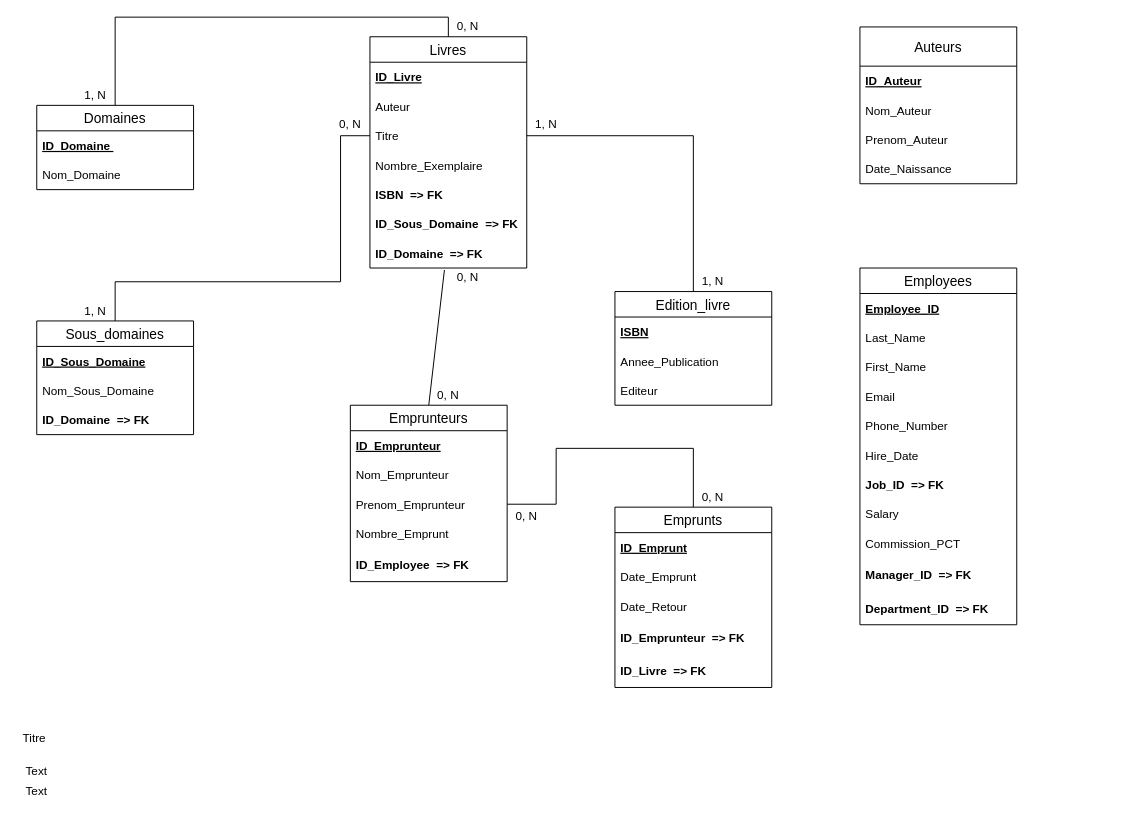
Above: MCD.drawio in Jerome-Kraft/Projet_BDD (draw.io), before the change. Source tidied: cells renumbered, new cells numbered last; positions are measured from the earlier drawing's top-left corner, leaving out a move shared by most shapes. Both pictures are drawn from the tidied source at 98%, with x=0, y=0 at pixel (17, 17).
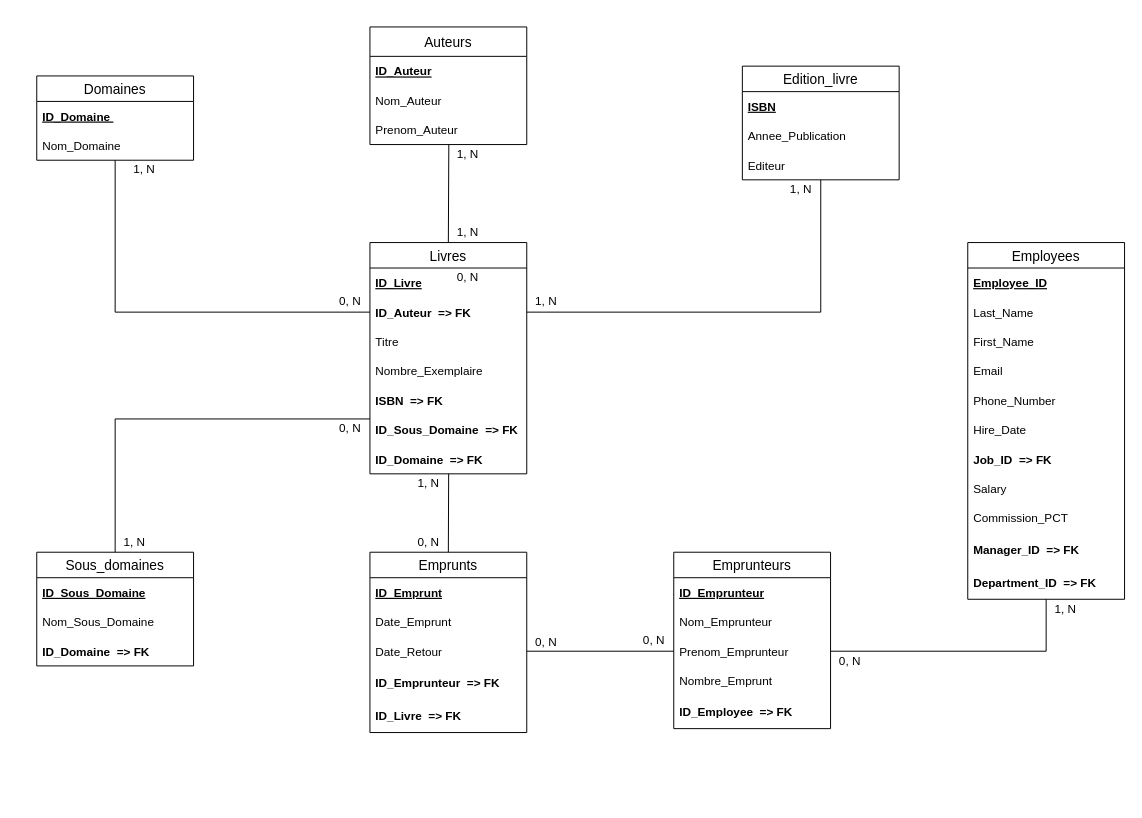
The same diagram, later.

Unchanged cells that the change refers to:
```xml
<mxCell id="5" value="Titre" style="text;strokeColor=none;fillColor=none;spacingLeft=4;spacingRight=4;overflow=hidden;points=[[0,0.5],[1,0.5]];portConstraint=eastwest;fontSize=12;verticalAlign=middle;" parent="2" vertex="1">
  <mxGeometry y="86" width="160" height="30" as="geometry" />
</mxCell>
<mxCell id="8" value="ID_Sous_Domaine  =&gt; FK" style="text;strokeColor=none;fillColor=none;spacingLeft=4;spacingRight=4;overflow=hidden;points=[[0,0.5],[1,0.5]];portConstraint=eastwest;fontSize=12;fontStyle=1;verticalAlign=middle;" parent="2" vertex="1">
  <mxGeometry y="176" width="160" height="30" as="geometry" />
</mxCell>
<mxCell id="9" value="ID_Domaine  =&gt; FK" style="text;strokeColor=none;fillColor=none;spacingLeft=4;spacingRight=4;overflow=hidden;points=[[0,0.5],[1,0.5]];portConstraint=eastwest;fontSize=12;verticalAlign=middle;fontStyle=1;" parent="2" vertex="1">
  <mxGeometry y="206" width="160" height="30" as="geometry" />
</mxCell>
<mxCell id="41" value="Prenom_Emprunteur" style="text;strokeColor=none;fillColor=none;spacingLeft=4;spacingRight=4;overflow=hidden;points=[[0,0.5],[1,0.5]];portConstraint=eastwest;fontSize=12;verticalAlign=middle;" parent="38" vertex="1">
  <mxGeometry y="86" width="160" height="30" as="geometry" />
</mxCell>
<mxCell id="47" value="Date_Retour" style="text;strokeColor=none;fillColor=none;spacingLeft=4;spacingRight=4;overflow=hidden;points=[[0,0.5],[1,0.5]];portConstraint=eastwest;fontSize=12;verticalAlign=middle;" parent="44" vertex="1">
  <mxGeometry y="86" width="160" height="30" as="geometry" />
</mxCell>
```

Change to the diagram source:
```diff
@@
     <mxCell id="2" value="Livres" style="swimlane;fontStyle=0;horizontal=1;startSize=26;align=center;fontSize=14;" parent="1" vertex="1">
-      <mxGeometry x="360" y="20" width="160" height="236" as="geometry" />
+      <mxGeometry x="360" y="230" width="160" height="236" as="geometry" />
     </mxCell>
@@
-    <mxCell id="4" value="Auteur" style="text;strokeColor=none;fillColor=none;spacingLeft=4;spacingRight=4;overflow=hidden;points=[[0,0.5],[1,0.5]];portConstraint=eastwest;fontSize=12;verticalAlign=middle;" parent="2" vertex="1">
+    <mxCell id="4" value="ID_Auteur  =&gt; FK" style="text;strokeColor=none;fillColor=none;spacingLeft=4;spacingRight=4;overflow=hidden;points=[[0,0.5],[1,0.5]];portConstraint=eastwest;fontSize=12;verticalAlign=middle;fontStyle=1;" parent="2" vertex="1">
       <mxGeometry y="56" width="160" height="30" as="geometry" />
     </mxCell>
@@
     <mxCell id="10" value="Domaines" style="swimlane;fontStyle=0;horizontal=1;startSize=26;align=center;fontSize=14;" parent="1" vertex="1">
-      <mxGeometry x="20" y="90" width="160" height="86" as="geometry" />
+      <mxGeometry x="20" y="60" width="160" height="86" as="geometry" />
     </mxCell>
@@
     <mxCell id="13" value="Edition_livre" style="swimlane;fontStyle=0;horizontal=1;startSize=26;align=center;fontSize=14;" parent="1" vertex="1">
-      <mxGeometry x="610" y="280" width="160" height="116" as="geometry" />
+      <mxGeometry x="740" y="50" width="160" height="116" as="geometry" />
     </mxCell>
@@
     <mxCell id="17" value="Sous_domaines" style="swimlane;fontStyle=0;horizontal=1;startSize=26;align=center;fontSize=14;" parent="1" vertex="1">
-      <mxGeometry x="20" y="310" width="160" height="116" as="geometry" />
+      <mxGeometry x="20" y="546" width="160" height="116" as="geometry" />
     </mxCell>
@@
-    <mxCell id="21" value="Titre" style="text;strokeColor=none;fillColor=none;spacingLeft=4;spacingRight=4;overflow=hidden;fontSize=12;verticalAlign=middle;" parent="1" vertex="1">
-      <mxGeometry y="720" width="160" height="30" as="geometry" />
-    </mxCell>
-    <mxCell id="22" value="Auteurs" style="swimlane;fontStyle=0;horizontal=1;startSize=40;align=center;fontSize=14;" parent="1" vertex="1">
-      <mxGeometry x="860" y="10" width="160" height="160" as="geometry" />
+    <mxCell id="22" value="Auteurs" style="swimlane;fontStyle=0;horizontal=1;startSize=30;align=center;fontSize=14;" parent="1" vertex="1">
+      <mxGeometry x="360" y="10" width="160" height="120" as="geometry" />
     </mxCell>
     <mxCell id="23" value="ID_Auteur" style="text;strokeColor=none;fillColor=none;spacingLeft=4;spacingRight=4;overflow=hidden;fontSize=12;verticalAlign=middle;fontStyle=5;" parent="22" vertex="1">
-      <mxGeometry y="40" width="160" height="30" as="geometry" />
+      <mxGeometry y="30" width="160" height="30" as="geometry" />
     </mxCell>
     <mxCell id="24" value="Nom_Auteur" style="text;strokeColor=none;fillColor=none;spacingLeft=4;spacingRight=4;overflow=hidden;fontSize=12;verticalAlign=middle;" parent="22" vertex="1">
-      <mxGeometry y="70" width="160" height="30" as="geometry" />
+      <mxGeometry y="60" width="160" height="30" as="geometry" />
     </mxCell>
     <mxCell id="25" value="Prenom_Auteur" style="text;strokeColor=none;fillColor=none;spacingLeft=4;spacingRight=4;overflow=hidden;points=[[0,0.5],[1,0.5]];portConstraint=eastwest;fontSize=12;verticalAlign=middle;" parent="22" vertex="1">
-      <mxGeometry y="100" width="160" height="30" as="geometry" />
+      <mxGeometry y="90" width="160" height="30" as="geometry" />
     </mxCell>
-    <mxCell id="26" value="Date_Naissance" style="text;strokeColor=none;fillColor=none;spacingLeft=4;spacingRight=4;overflow=hidden;fontSize=12;verticalAlign=middle;" parent="22" vertex="1">
-      <mxGeometry y="130" width="160" height="30" as="geometry" />
-    </mxCell>
-    <mxCell id="27" style="endArrow=none;html=1;rounded=0;entryX=0.5;entryY=0;entryDx=0;entryDy=0;edgeStyle=orthogonalEdgeStyle;exitX=1;exitY=0.5;exitDx=0;exitDy=0;" parent="1" edge="1" source="5" target="13">
+    <mxCell id="27" style="endArrow=none;html=1;rounded=0;edgeStyle=orthogonalEdgeStyle;exitX=1;exitY=0.5;exitDx=0;exitDy=0;entryX=0.5;entryY=1;entryDx=0;entryDy=0;" parent="1" edge="1" source="4" target="13">
       <mxGeometry relative="1" as="geometry" />
     </mxCell>
-    <mxCell id="28" style="endArrow=none;html=1;rounded=0;exitX=0.5;exitY=0;exitDx=0;exitDy=0;entryX=0;entryY=0.5;entryDx=0;entryDy=0;edgeStyle=orthogonalEdgeStyle;" parent="1" edge="1" source="17" target="5">
+    <mxCell id="28" style="endArrow=none;html=1;rounded=0;exitX=0.5;exitY=0;exitDx=0;exitDy=0;edgeStyle=orthogonalEdgeStyle;entryX=0;entryY=0.133;entryDx=0;entryDy=0;entryPerimeter=0;" parent="1" edge="1" source="17" target="8">
       <mxGeometry relative="1" as="geometry">
         <Array as="points">
-          <mxPoint x="100" y="270" />
-          <mxPoint x="330" y="270" />
-          <mxPoint x="330" y="121" />
+          <mxPoint x="100" y="410" />
         </Array>
       </mxGeometry>
     </mxCell>
-    <mxCell id="29" style="endArrow=none;html=1;rounded=0;edgeStyle=orthogonalEdgeStyle;exitX=0.5;exitY=0;exitDx=0;exitDy=0;entryX=0.5;entryY=0;entryDx=0;entryDy=0;" parent="1" edge="1" source="10" target="2">
+    <mxCell id="29" style="endArrow=none;html=1;rounded=0;edgeStyle=orthogonalEdgeStyle;entryX=0;entryY=0.5;entryDx=0;entryDy=0;exitX=0.5;exitY=1;exitDx=0;exitDy=0;" parent="1" edge="1" source="10" target="4">
       <mxGeometry relative="1" as="geometry">
         <Array as="points">
-          <mxPoint x="100" />
-          <mxPoint x="440" />
+          <mxPoint x="110" y="301" />
+          <mxPoint x="290" y="301" />
+          <mxPoint x="360" y="300" />
         </Array>
       </mxGeometry>
     </mxCell>
-    <mxCell id="30" value="Text" style="text;html=1;strokeColor=none;fillColor=none;align=center;verticalAlign=middle;whiteSpace=wrap;rounded=0;" parent="1" vertex="1">
-      <mxGeometry y="760" width="40" height="20" as="geometry" />
-    </mxCell>
-    <mxCell id="31" value="Text" style="text;html=1;strokeColor=none;fillColor=none;align=center;verticalAlign=middle;whiteSpace=wrap;rounded=0;" parent="1" vertex="1">
-      <mxGeometry y="780" width="40" height="20" as="geometry" />
-    </mxCell>
     <mxCell id="32" value="0, N" style="text;html=1;strokeColor=none;fillColor=none;align=center;verticalAlign=middle;whiteSpace=wrap;rounded=0;" parent="1" vertex="1">
-      <mxGeometry x="440" width="40" height="20" as="geometry" />
+      <mxGeometry x="320" y="280" width="40" height="20" as="geometry" />
     </mxCell>
     <mxCell id="33" value="1, N" style="text;html=1;strokeColor=none;fillColor=none;align=center;verticalAlign=middle;whiteSpace=wrap;rounded=0;" parent="1" vertex="1">
-      <mxGeometry x="60" y="290" width="40" height="20" as="geometry" />
+      <mxGeometry x="100" y="526" width="40" height="20" as="geometry" />
     </mxCell>
     <mxCell id="34" value="0, N" style="text;html=1;strokeColor=none;fillColor=none;align=center;verticalAlign=middle;whiteSpace=wrap;rounded=0;" parent="1" vertex="1">
-      <mxGeometry x="320" y="100" width="40" height="20" as="geometry" />
+      <mxGeometry x="320" y="410" width="40" height="20" as="geometry" />
     </mxCell>
     <mxCell id="35" value="1, N" style="text;html=1;strokeColor=none;fillColor=none;align=center;verticalAlign=middle;whiteSpace=wrap;rounded=0;" parent="1" vertex="1">
-      <mxGeometry x="60" y="70" width="40" height="20" as="geometry" />
+      <mxGeometry x="110" y="146" width="40" height="20" as="geometry" />
     </mxCell>
     <mxCell id="36" value="1, N" style="text;html=1;strokeColor=none;fillColor=none;align=center;verticalAlign=middle;whiteSpace=wrap;rounded=0;" parent="1" vertex="1">
-      <mxGeometry x="520" y="100" width="40" height="20" as="geometry" />
+      <mxGeometry x="520" y="280" width="40" height="20" as="geometry" />
     </mxCell>
     <mxCell id="37" value="1, N" style="text;html=1;strokeColor=none;fillColor=none;align=center;verticalAlign=middle;whiteSpace=wrap;rounded=0;" parent="1" vertex="1">
-      <mxGeometry x="690" y="260" width="40" height="20" as="geometry" />
+      <mxGeometry x="780" y="166" width="40" height="20" as="geometry" />
     </mxCell>
     <mxCell id="38" value="Emprunteurs" style="swimlane;fontStyle=0;horizontal=1;startSize=26;align=center;fontSize=14;" parent="1" vertex="1">
-      <mxGeometry x="340" y="396" width="160" height="180" as="geometry" />
+      <mxGeometry x="670" y="546" width="160" height="180" as="geometry" />
     </mxCell>
@@
     <mxCell id="44" value="Emprunts" style="swimlane;fontStyle=0;horizontal=1;startSize=26;align=center;fontSize=14;" parent="1" vertex="1">
-      <mxGeometry x="610" y="500" width="160" height="184" as="geometry" />
+      <mxGeometry x="360" y="546" width="160" height="184" as="geometry" />
     </mxCell>
@@
-    <mxCell id="50" style="endArrow=none;html=1;rounded=0;entryX=0.475;entryY=1.067;entryDx=0;entryDy=0;exitX=0.5;exitY=0;exitDx=0;exitDy=0;entryPerimeter=0;" parent="1" edge="1" source="38" target="9">
+    <mxCell id="50" style="endArrow=none;html=1;rounded=0;entryX=0.502;entryY=1.002;entryDx=0;entryDy=0;exitX=0.5;exitY=0;exitDx=0;exitDy=0;entryPerimeter=0;" parent="1" edge="1" source="44" target="9">
       <mxGeometry relative="1" as="geometry" />
     </mxCell>
@@
     <mxCell id="52" value="0, N" style="text;html=1;strokeColor=none;fillColor=none;align=center;verticalAlign=middle;whiteSpace=wrap;rounded=0;" parent="1" vertex="1">
-      <mxGeometry x="420" y="376" width="40" height="20" as="geometry" />
+      <mxGeometry x="400" y="526" width="40" height="20" as="geometry" />
     </mxCell>
-    <mxCell id="53" style="endArrow=none;html=1;rounded=0;entryX=0.5;entryY=0;entryDx=0;entryDy=0;edgeStyle=orthogonalEdgeStyle;exitX=1;exitY=0.5;exitDx=0;exitDy=0;" parent="1" edge="1" source="41" target="44">
-      <mxGeometry relative="1" as="geometry">
-        <Array as="points">
-          <mxPoint x="550" y="497" />
-          <mxPoint x="550" y="440" />
-          <mxPoint x="690" y="440" />
-        </Array>
-      </mxGeometry>
-    </mxCell>
     <mxCell id="54" value="0, N" style="text;html=1;strokeColor=none;fillColor=none;align=center;verticalAlign=middle;whiteSpace=wrap;rounded=0;" parent="1" vertex="1">
-      <mxGeometry x="690" y="480" width="40" height="20" as="geometry" />
+      <mxGeometry x="630" y="626" width="40" height="20" as="geometry" />
     </mxCell>
     <mxCell id="55" value="0, N" style="text;html=1;strokeColor=none;fillColor=none;align=center;verticalAlign=middle;whiteSpace=wrap;rounded=0;" parent="1" vertex="1">
-      <mxGeometry x="500" y="500" width="40" height="20" as="geometry" />
+      <mxGeometry x="520" y="628" width="40" height="20" as="geometry" />
     </mxCell>
     <mxCell id="56" value="Employees" style="swimlane;fontStyle=0;horizontal=1;startSize=26;align=center;fontSize=14;" parent="1" vertex="1">
-      <mxGeometry x="860" y="256" width="160" height="364" as="geometry" />
+      <mxGeometry x="970" y="230" width="160" height="364" as="geometry" />
     </mxCell>
@@
+    <mxCell id="68" style="endArrow=none;html=1;rounded=0;entryX=1;entryY=0.5;entryDx=0;entryDy=0;exitX=0;exitY=0.5;exitDx=0;exitDy=0;" parent="1" edge="1" source="41" target="47">
+      <mxGeometry relative="1" as="geometry" />
+    </mxCell>
+    <mxCell id="69" style="endArrow=none;html=1;rounded=0;exitX=0.5;exitY=0;exitDx=0;exitDy=0;entryX=0.503;entryY=1.005;entryDx=0;entryDy=0;entryPerimeter=0;" parent="1" edge="1" source="2" target="25">
+      <mxGeometry relative="1" as="geometry" />
+    </mxCell>
+    <mxCell id="70" value="1, N" style="text;html=1;strokeColor=none;fillColor=none;align=center;verticalAlign=middle;whiteSpace=wrap;rounded=0;" parent="1" vertex="1">
+      <mxGeometry x="440" y="130" width="40" height="20" as="geometry" />
+    </mxCell>
+    <mxCell id="71" value="1, N" style="text;html=1;strokeColor=none;fillColor=none;align=center;verticalAlign=middle;whiteSpace=wrap;rounded=0;" parent="1" vertex="1">
+      <mxGeometry x="440" y="210" width="40" height="20" as="geometry" />
+    </mxCell>
+    <mxCell id="72" value="1, N" style="text;html=1;strokeColor=none;fillColor=none;align=center;verticalAlign=middle;whiteSpace=wrap;rounded=0;" parent="1" vertex="1">
+      <mxGeometry x="400" y="466" width="40" height="20" as="geometry" />
+    </mxCell>
+    <mxCell id="73" style="endArrow=none;html=1;rounded=0;edgeStyle=orthogonalEdgeStyle;exitX=1;exitY=0.5;exitDx=0;exitDy=0;entryX=0.5;entryY=1;entryDx=0;entryDy=0;" parent="1" edge="1" source="41" target="56">
+      <mxGeometry relative="1" as="geometry" />
+    </mxCell>
+    <mxCell id="74" value="1, N" style="text;html=1;strokeColor=none;fillColor=none;align=center;verticalAlign=middle;whiteSpace=wrap;rounded=0;" parent="1" vertex="1">
+      <mxGeometry x="1050" y="594" width="40" height="20" as="geometry" />
+    </mxCell>
+    <mxCell id="75" value="0, N" style="text;html=1;strokeColor=none;fillColor=none;align=center;verticalAlign=middle;whiteSpace=wrap;rounded=0;" parent="1" vertex="1">
+      <mxGeometry x="830" y="648" width="40" height="20" as="geometry" />
+    </mxCell>
```
